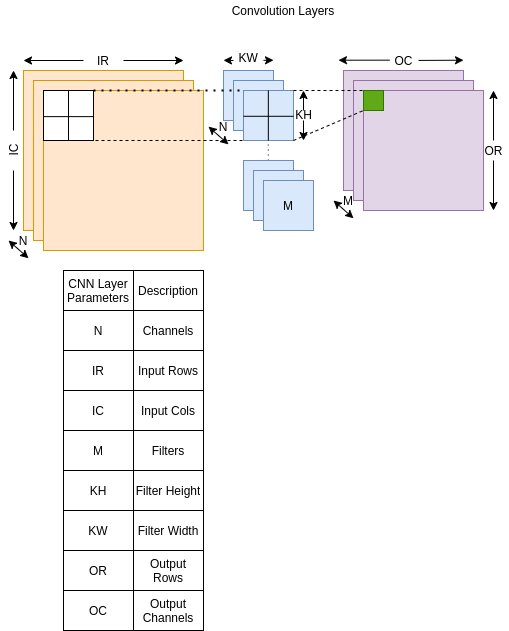
Earlier version of the draw.io export cnn_page5.png (haroonrl/DNN_HLS_Accelerator). Source tidied: cells renumbered, new cells last; positions are measured from the earlier drawing's top-left corner, leaving out a move shared by most shapes.
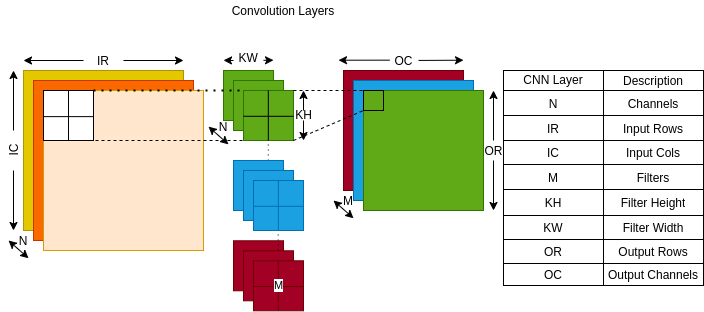
Above is the later version.

Change to the diagram source:
```diff
@@ -2,16 +2,16 @@
   <root>
     <mxCell id="0" />
     <mxCell id="1" parent="0" />
-    <mxCell id="2" style="whiteSpace=wrap;html=1;fillColor=#ffe6cc;strokeColor=#d79b00;" parent="1" vertex="1">
+    <mxCell id="2" style="whiteSpace=wrap;html=1;fillColor=#e3c800;strokeColor=#B09500;fontColor=#000000;" parent="1" vertex="1">
       <mxGeometry x="25" y="70" width="160" height="160" as="geometry" />
     </mxCell>
-    <mxCell id="3" style="whiteSpace=wrap;html=1;fillColor=#dae8fc;strokeColor=#6c8ebf;" parent="1" vertex="1">
+    <mxCell id="3" style="whiteSpace=wrap;html=1;fillColor=#60a917;strokeColor=#2D7600;fontColor=#ffffff;" parent="1" vertex="1">
       <mxGeometry x="225" y="70" width="50" height="50" as="geometry" />
     </mxCell>
-    <mxCell id="4" style="whiteSpace=wrap;html=1;fillColor=#dae8fc;strokeColor=#6c8ebf;" parent="1" vertex="1">
+    <mxCell id="4" style="whiteSpace=wrap;html=1;fillColor=#60a917;strokeColor=#2D7600;fontColor=#ffffff;" parent="1" vertex="1">
       <mxGeometry x="235" y="80" width="50" height="50" as="geometry" />
     </mxCell>
-    <mxCell id="5" style="whiteSpace=wrap;html=1;fillColor=#dae8fc;strokeColor=#6c8ebf;" parent="1" vertex="1">
+    <mxCell id="5" style="whiteSpace=wrap;html=1;fillColor=#60a917;strokeColor=#2D7600;fontColor=#ffffff;" parent="1" vertex="1">
       <mxGeometry x="245" y="90" width="50" height="50" as="geometry" />
     </mxCell>
     <mxCell id="6" style="endArrow=classic;html=1;" parent="1" edge="1">
@@ -44,7 +44,7 @@
     <mxCell id="11" value="IC" style="text;html=1;align=center;verticalAlign=middle;strokeColor=none;fillColor=none;rotation=270;" parent="1" vertex="1">
       <mxGeometry y="140" width="30" height="20" as="geometry" />
     </mxCell>
-    <mxCell id="12" style="whiteSpace=wrap;html=1;fillColor=#ffe6cc;strokeColor=#d79b00;" parent="1" vertex="1">
+    <mxCell id="12" style="whiteSpace=wrap;html=1;fillColor=#fa6800;strokeColor=#C73500;fontColor=#000000;" parent="1" vertex="1">
       <mxGeometry x="35" y="80" width="160" height="160" as="geometry" />
     </mxCell>
     <mxCell id="13" style="whiteSpace=wrap;html=1;fillColor=#ffe6cc;strokeColor=#d79b00;" parent="1" vertex="1">
@@ -87,13 +87,13 @@
         <mxPoint x="305" y="90" as="targetPoint" />
       </mxGeometry>
     </mxCell>
-    <mxCell id="21" style="whiteSpace=wrap;html=1;fillColor=#e1d5e7;strokeColor=#9673a6;" parent="1" vertex="1">
+    <mxCell id="21" style="whiteSpace=wrap;html=1;fillColor=#a20025;strokeColor=#6F0000;fontColor=#ffffff;" parent="1" vertex="1">
       <mxGeometry x="345" y="70" width="120" height="120" as="geometry" />
     </mxCell>
-    <mxCell id="22" style="whiteSpace=wrap;html=1;fillColor=#e1d5e7;strokeColor=#9673a6;" parent="1" vertex="1">
+    <mxCell id="22" style="whiteSpace=wrap;html=1;fillColor=#1ba1e2;strokeColor=#006EAF;fontColor=#ffffff;" parent="1" vertex="1">
       <mxGeometry x="355" y="80" width="120" height="120" as="geometry" />
     </mxCell>
-    <mxCell id="23" style="whiteSpace=wrap;html=1;fillColor=#e1d5e7;strokeColor=#9673a6;" parent="1" vertex="1">
+    <mxCell id="23" style="whiteSpace=wrap;html=1;fillColor=#60a917;strokeColor=#2D7600;fontColor=#ffffff;" parent="1" vertex="1">
       <mxGeometry x="365" y="90" width="120" height="120" as="geometry" />
     </mxCell>
     <mxCell id="24" style="endArrow=classic;html=1;" parent="1" edge="1" source="29">
@@ -124,7 +124,7 @@
     <mxCell id="29" value="OC" style="text;html=1;align=center;verticalAlign=middle;points=[];strokeColor=none;fillColor=none;" parent="1" vertex="1">
       <mxGeometry x="390" y="50" width="30" height="20" as="geometry" />
     </mxCell>
-    <mxCell id="30" style="whiteSpace=wrap;html=1;fillColor=#60a917;strokeColor=#2D7600;fontColor=#ffffff;" parent="1" vertex="1">
+    <mxCell id="30" style="whiteSpace=wrap;html=1;fillColor=#60a917;fontColor=#ffffff;" parent="1" vertex="1">
       <mxGeometry x="365" y="90" width="20" height="20" as="geometry" />
     </mxCell>
     <mxCell id="31" style="endArrow=none;dashed=1;html=1;entryX=0;entryY=0;entryDx=0;entryDy=0;exitX=1;exitY=0;exitDx=0;exitDy=0;" parent="1" edge="1" source="5" target="30">
@@ -139,89 +139,89 @@
     <mxCell id="34" value="&amp;nbsp;KW" style="text;html=1;align=center;verticalAlign=middle;strokeColor=none;fillColor=none;" parent="1" vertex="1">
       <mxGeometry x="228" y="47" width="40" height="20" as="geometry" />
     </mxCell>
-    <mxCell id="35" style="shape=table;startSize=0;" parent="1" vertex="1">
-      <mxGeometry x="65" y="270" width="140" height="360" as="geometry" />
+    <mxCell id="35" style="shape=table;startSize=0;direction=east;" parent="1" vertex="1">
+      <mxGeometry x="505" y="70" width="200" height="215" as="geometry" />
     </mxCell>
     <mxCell id="36" style="shape=partialRectangle;fillColor=none;top=0;left=0;bottom=0;right=0;" parent="35" vertex="1">
-      <mxGeometry width="140" height="40" as="geometry" />
+      <mxGeometry width="200" height="20" as="geometry" />
     </mxCell>
     <mxCell id="37" value="CNN Layer Parameters" style="shape=partialRectangle;html=1;whiteSpace=wrap;overflow=hidden;fillColor=none;top=0;left=0;bottom=0;right=0;" parent="36" vertex="1">
-      <mxGeometry width="70" height="40" as="geometry" />
+      <mxGeometry width="100" height="20" as="geometry" />
     </mxCell>
     <mxCell id="38" value="Description" style="shape=partialRectangle;html=1;whiteSpace=wrap;overflow=hidden;fillColor=none;top=0;left=0;bottom=0;right=0;" parent="36" vertex="1">
-      <mxGeometry x="70" width="70" height="40" as="geometry" />
+      <mxGeometry x="100" width="100" height="20" as="geometry" />
     </mxCell>
     <mxCell id="39" style="shape=partialRectangle;fillColor=none;top=0;left=0;bottom=0;right=0;" parent="35" vertex="1">
-      <mxGeometry y="40" width="140" height="40" as="geometry" />
+      <mxGeometry y="20" width="200" height="25" as="geometry" />
     </mxCell>
     <mxCell id="40" value="N" style="shape=partialRectangle;html=1;whiteSpace=wrap;overflow=hidden;fillColor=none;top=0;left=0;bottom=0;right=0;" parent="39" vertex="1">
-      <mxGeometry width="70" height="40" as="geometry" />
+      <mxGeometry width="100" height="25" as="geometry" />
     </mxCell>
     <mxCell id="41" value="Channels" style="shape=partialRectangle;html=1;whiteSpace=wrap;overflow=hidden;fillColor=none;top=0;left=0;bottom=0;right=0;" parent="39" vertex="1">
-      <mxGeometry x="70" width="70" height="40" as="geometry" />
+      <mxGeometry x="100" width="100" height="25" as="geometry" />
     </mxCell>
     <mxCell id="42" style="shape=partialRectangle;fillColor=none;top=0;left=0;bottom=0;right=0;" parent="35" vertex="1">
-      <mxGeometry y="80" width="140" height="40" as="geometry" />
+      <mxGeometry y="45" width="200" height="25" as="geometry" />
     </mxCell>
     <mxCell id="43" value="IR" style="shape=partialRectangle;html=1;whiteSpace=wrap;overflow=hidden;fillColor=none;top=0;left=0;bottom=0;right=0;" parent="42" vertex="1">
-      <mxGeometry width="70" height="40" as="geometry" />
+      <mxGeometry width="100" height="25" as="geometry" />
     </mxCell>
     <mxCell id="44" value="Input Rows" style="shape=partialRectangle;html=1;whiteSpace=wrap;overflow=hidden;fillColor=none;top=0;left=0;bottom=0;right=0;" parent="42" vertex="1">
-      <mxGeometry x="70" width="70" height="40" as="geometry" />
+      <mxGeometry x="100" width="100" height="25" as="geometry" />
     </mxCell>
     <mxCell id="45" style="shape=partialRectangle;fillColor=none;top=0;left=0;bottom=0;right=0;" parent="35" vertex="1">
-      <mxGeometry y="120" width="140" height="40" as="geometry" />
+      <mxGeometry y="70" width="200" height="24" as="geometry" />
     </mxCell>
     <mxCell id="46" value="IC" style="shape=partialRectangle;html=1;whiteSpace=wrap;overflow=hidden;fillColor=none;top=0;left=0;bottom=0;right=0;" parent="45" vertex="1">
-      <mxGeometry width="70" height="40" as="geometry" />
+      <mxGeometry width="100" height="24" as="geometry" />
     </mxCell>
     <mxCell id="47" value="Input Cols" style="shape=partialRectangle;html=1;whiteSpace=wrap;overflow=hidden;fillColor=none;top=0;left=0;bottom=0;right=0;" parent="45" vertex="1">
-      <mxGeometry x="70" width="70" height="40" as="geometry" />
+      <mxGeometry x="100" width="100" height="24" as="geometry" />
     </mxCell>
     <mxCell id="48" style="shape=partialRectangle;fillColor=none;top=0;left=0;bottom=0;right=0;" parent="35" vertex="1">
-      <mxGeometry y="160" width="140" height="40" as="geometry" />
+      <mxGeometry y="94" width="200" height="25" as="geometry" />
     </mxCell>
     <mxCell id="49" value="M" style="shape=partialRectangle;html=1;whiteSpace=wrap;overflow=hidden;fillColor=none;top=0;left=0;bottom=0;right=0;" parent="48" vertex="1">
-      <mxGeometry width="70" height="40" as="geometry" />
+      <mxGeometry width="100" height="25" as="geometry" />
     </mxCell>
     <mxCell id="50" value="Filters" style="shape=partialRectangle;html=1;whiteSpace=wrap;overflow=hidden;fillColor=none;top=0;left=0;bottom=0;right=0;" parent="48" vertex="1">
-      <mxGeometry x="70" width="70" height="40" as="geometry" />
+      <mxGeometry x="100" width="100" height="25" as="geometry" />
     </mxCell>
     <mxCell id="51" style="shape=partialRectangle;fillColor=none;top=0;left=0;bottom=0;right=0;" parent="35" vertex="1">
-      <mxGeometry y="200" width="140" height="40" as="geometry" />
+      <mxGeometry y="119" width="200" height="26" as="geometry" />
     </mxCell>
     <mxCell id="52" value="KH" style="shape=partialRectangle;html=1;whiteSpace=wrap;overflow=hidden;fillColor=none;top=0;left=0;bottom=0;right=0;" parent="51" vertex="1">
-      <mxGeometry width="70" height="40" as="geometry" />
+      <mxGeometry width="100" height="26" as="geometry" />
     </mxCell>
     <mxCell id="53" value="Filter Height" style="shape=partialRectangle;html=1;whiteSpace=wrap;overflow=hidden;fillColor=none;top=0;left=0;bottom=0;right=0;" parent="51" vertex="1">
-      <mxGeometry x="70" width="70" height="40" as="geometry" />
+      <mxGeometry x="100" width="100" height="26" as="geometry" />
     </mxCell>
     <mxCell id="54" style="shape=partialRectangle;fillColor=none;top=0;left=0;bottom=0;right=0;" parent="35" vertex="1">
-      <mxGeometry y="240" width="140" height="40" as="geometry" />
+      <mxGeometry y="145" width="200" height="24" as="geometry" />
     </mxCell>
     <mxCell id="55" value="KW" style="shape=partialRectangle;html=1;whiteSpace=wrap;overflow=hidden;fillColor=none;top=0;left=0;bottom=0;right=0;" parent="54" vertex="1">
-      <mxGeometry width="70" height="40" as="geometry" />
+      <mxGeometry width="100" height="24" as="geometry" />
     </mxCell>
     <mxCell id="56" value="Filter Width" style="shape=partialRectangle;html=1;whiteSpace=wrap;overflow=hidden;fillColor=none;top=0;left=0;bottom=0;right=0;" parent="54" vertex="1">
-      <mxGeometry x="70" width="70" height="40" as="geometry" />
+      <mxGeometry x="100" width="100" height="24" as="geometry" />
     </mxCell>
     <mxCell id="57" style="shape=partialRectangle;fillColor=none;top=0;left=0;bottom=0;right=0;" parent="35" vertex="1">
-      <mxGeometry y="280" width="140" height="40" as="geometry" />
+      <mxGeometry y="169" width="200" height="24" as="geometry" />
     </mxCell>
     <mxCell id="58" value="OR" style="shape=partialRectangle;html=1;whiteSpace=wrap;overflow=hidden;fillColor=none;top=0;left=0;bottom=0;right=0;" parent="57" vertex="1">
-      <mxGeometry width="70" height="40" as="geometry" />
+      <mxGeometry width="100" height="24" as="geometry" />
     </mxCell>
     <mxCell id="59" value="Output Rows" style="shape=partialRectangle;html=1;whiteSpace=wrap;overflow=hidden;fillColor=none;top=0;left=0;bottom=0;right=0;" parent="57" vertex="1">
-      <mxGeometry x="70" width="70" height="40" as="geometry" />
+      <mxGeometry x="100" width="100" height="24" as="geometry" />
     </mxCell>
     <mxCell id="60" style="shape=partialRectangle;fillColor=none;top=0;left=0;bottom=0;right=0;" parent="35" vertex="1">
-      <mxGeometry y="320" width="140" height="40" as="geometry" />
+      <mxGeometry y="193" width="200" height="22" as="geometry" />
     </mxCell>
     <mxCell id="61" value="OC" style="shape=partialRectangle;html=1;whiteSpace=wrap;overflow=hidden;fillColor=none;top=0;left=0;bottom=0;right=0;" parent="60" vertex="1">
-      <mxGeometry width="70" height="40" as="geometry" />
+      <mxGeometry width="100" height="22" as="geometry" />
     </mxCell>
     <mxCell id="62" value="Output Channels" style="shape=partialRectangle;html=1;whiteSpace=wrap;overflow=hidden;fillColor=none;top=0;left=0;bottom=0;right=0;" parent="60" vertex="1">
-      <mxGeometry x="70" width="70" height="40" as="geometry" />
+      <mxGeometry x="100" width="100" height="22" as="geometry" />
     </mxCell>
     <mxCell id="63" value="N" style="text;html=1;strokeColor=none;fillColor=none;align=center;verticalAlign=middle;whiteSpace=wrap;rounded=0;" parent="1" vertex="1">
       <mxGeometry x="5" y="230" width="40" height="20" as="geometry" />
@@ -280,14 +280,53 @@
         <mxPoint x="269.8" y="140" as="targetPoint" />
       </mxGeometry>
     </mxCell>
-    <mxCell id="75" style="whiteSpace=wrap;html=1;fillColor=#dae8fc;strokeColor=#6c8ebf;" parent="1" vertex="1">
-      <mxGeometry x="245" y="160" width="50" height="50" as="geometry" />
-    </mxCell>
-    <mxCell id="76" style="whiteSpace=wrap;html=1;fillColor=#dae8fc;strokeColor=#6c8ebf;" parent="1" vertex="1">
-      <mxGeometry x="255" y="170" width="50" height="50" as="geometry" />
-    </mxCell>
+    <mxCell id="78" style="whiteSpace=wrap;html=1;fillColor=#1ba1e2;strokeColor=#006EAF;fontColor=#ffffff;" parent="1" vertex="1">
+      <mxGeometry x="235" y="160" width="50" height="50" as="geometry" />
+    </mxCell>
+    <mxCell id="79" style="whiteSpace=wrap;html=1;fillColor=#1ba1e2;strokeColor=#006EAF;fontColor=#ffffff;" parent="1" vertex="1">
+      <mxGeometry x="245" y="170" width="50" height="50" as="geometry" />
+    </mxCell>
+    <mxCell id="80" style="whiteSpace=wrap;html=1;fillColor=#1ba1e2;strokeColor=#006EAF;fontColor=#ffffff;" parent="1" vertex="1">
+      <mxGeometry x="255" y="180" width="50" height="50" as="geometry" />
+    </mxCell>
+    <mxCell id="81" style="endArrow=none;html=1;fillColor=#1ba1e2;strokeColor=#006EAF;" parent="1" edge="1">
+      <mxGeometry relative="1" as="geometry">
+        <mxPoint x="255" y="205.8" as="sourcePoint" />
+        <mxPoint x="305" y="205.8" as="targetPoint" />
+      </mxGeometry>
+    </mxCell>
+    <mxCell id="82" style="endArrow=none;html=1;entryX=0.5;entryY=1;entryDx=0;entryDy=0;exitX=0.5;exitY=0;exitDx=0;exitDy=0;fillColor=#1ba1e2;strokeColor=#006EAF;" parent="1" edge="1">
+      <mxGeometry relative="1" as="geometry">
+        <mxPoint x="279.8" y="180" as="sourcePoint" />
+        <mxPoint x="279.8" y="230" as="targetPoint" />
+      </mxGeometry>
+    </mxCell>
+    <mxCell id="83" style="whiteSpace=wrap;html=1;fillColor=#a20025;strokeColor=#6F0000;fontColor=#ffffff;" parent="1" vertex="1">
+      <mxGeometry x="235" y="240.3" width="50" height="50" as="geometry" />
+    </mxCell>
+    <mxCell id="84" style="whiteSpace=wrap;html=1;fillColor=#a20025;strokeColor=#6F0000;fontColor=#ffffff;" parent="1" vertex="1">
+      <mxGeometry x="245" y="250.3" width="50" height="50" as="geometry" />
+    </mxCell>
+    <mxCell id="85" style="whiteSpace=wrap;html=1;fillColor=#a20025;strokeColor=#6F0000;fontColor=#ffffff;" parent="1" vertex="1">
+      <mxGeometry x="255" y="260.3" width="50" height="50" as="geometry" />
+    </mxCell>
+    <mxCell id="86" style="endArrow=none;html=1;fillColor=#a20025;strokeColor=#6F0000;" parent="1" edge="1">
+      <mxGeometry relative="1" as="geometry">
+        <mxPoint x="255" y="286.1" as="sourcePoint" />
+        <mxPoint x="305" y="286.1" as="targetPoint" />
+      </mxGeometry>
+    </mxCell>
-    <mxCell id="77" value="M" style="whiteSpace=wrap;html=1;fillColor=#dae8fc;strokeColor=#6c8ebf;" parent="1" vertex="1">
-      <mxGeometry x="265" y="180" width="50" height="50" as="geometry" />
+    <mxCell id="77" value="M" style="endArrow=none;html=1;entryX=0.5;entryY=1;entryDx=0;entryDy=0;exitX=0.5;exitY=0;exitDx=0;exitDy=0;fillColor=#a20025;strokeColor=#6F0000;" parent="1" edge="1">
+      <mxGeometry relative="1" as="geometry">
+        <mxPoint x="279.8" y="260.3" as="sourcePoint" />
+        <mxPoint x="279.8" y="310.3" as="targetPoint" />
+      </mxGeometry>
     </mxCell>
+    <mxCell id="87" style="endArrow=none;dashed=1;html=1;dashPattern=1 4;" parent="1" edge="1">
+      <mxGeometry relative="1" as="geometry">
+        <mxPoint x="279.7" y="250" as="sourcePoint" />
+        <mxPoint x="279.7" y="230" as="targetPoint" />
+      </mxGeometry>
+    </mxCell>
   </root>
 </mxGraphModel>
```
